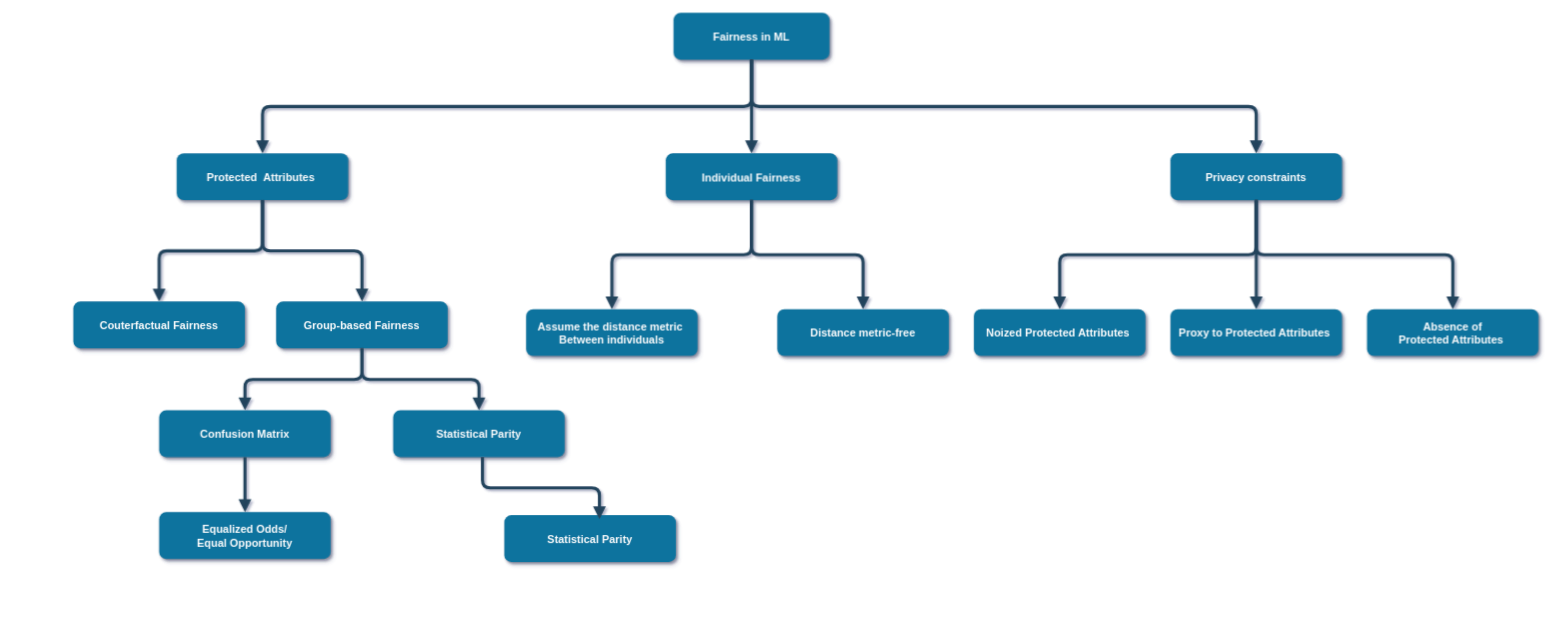
Earlier version of the draw.io diagram Fairness taxonomy.drawio (patrikken/my-graphics). Source tidied: cells renumbered, new cells numbered last; positions are measured from the earlier drawing's top-left corner, leaving out a move shared by most shapes. Both pictures are drawn from the tidied source at 78%, with x=0, y=0 at pixel (73, 12).
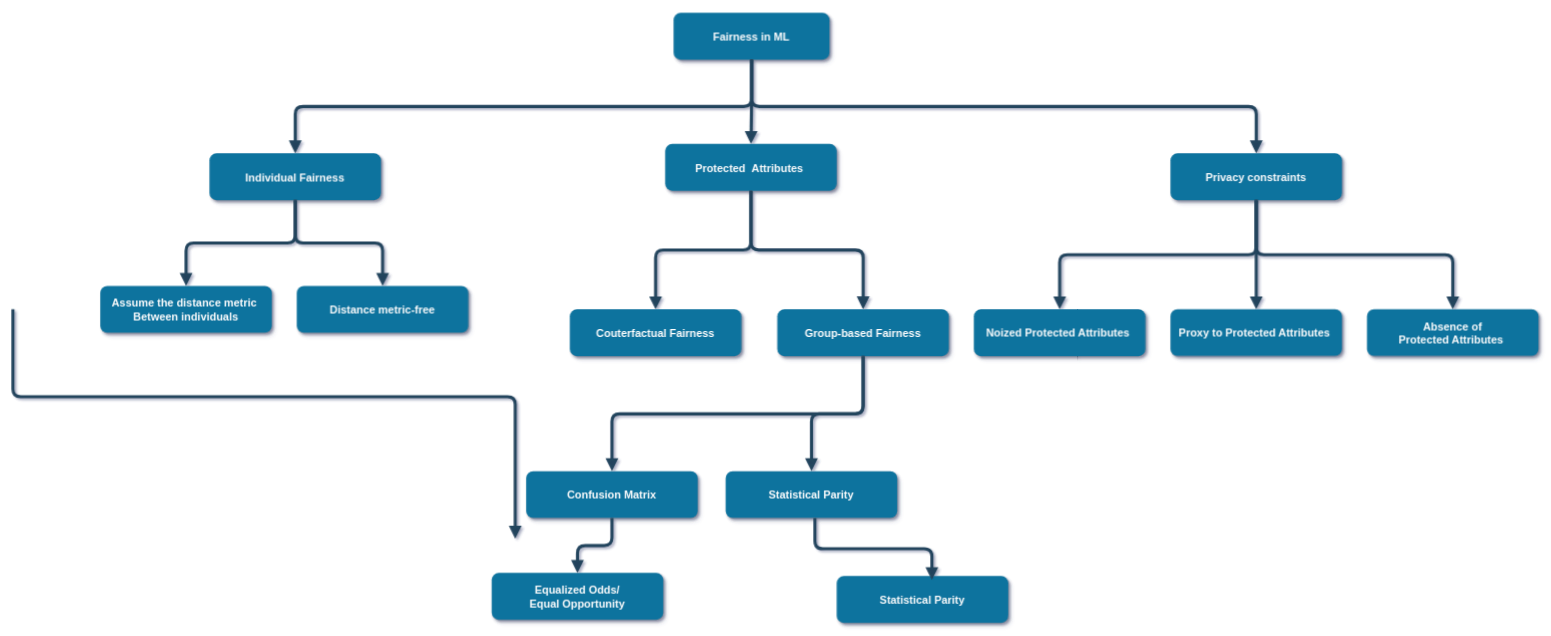
After the change.

What changed in the source:
```diff
@@
     <mxCell id="3" value="Protected  Attributes " style="rounded=1;fillColor=#10739E;strokeColor=none;shadow=1;gradientColor=none;fontStyle=1;fontColor=#FFFFFF;fontSize=14;" parent="1" vertex="1">
-      <mxGeometry x="132" y="180" width="220" height="60" as="geometry" />
+      <mxGeometry x="758.2" y="168" width="220" height="60" as="geometry" />
     </mxCell>
@@
     <mxCell id="9" value="Individual Fairness" style="rounded=1;fillColor=#10739E;strokeColor=none;shadow=1;gradientColor=none;fontStyle=1;fontColor=#FFFFFF;fontSize=14;" parent="1" vertex="1">
-      <mxGeometry x="759" y="180" width="220" height="60" as="geometry" />
+      <mxGeometry x="174" y="180" width="220" height="60" as="geometry" />
     </mxCell>
@@
     <mxCell id="11" value="Group-based Fairness" style="rounded=1;fillColor=#10739E;strokeColor=none;shadow=1;gradientColor=none;fontStyle=1;fontColor=#FFFFFF;fontSize=14;" parent="1" vertex="1">
-      <mxGeometry x="259.5" y="370" width="220" height="60" as="geometry" />
+      <mxGeometry x="902" y="380" width="220" height="60" as="geometry" />
     </mxCell>
     <mxCell id="12" value="Couterfactual Fairness" style="rounded=1;fillColor=#10739E;strokeColor=none;shadow=1;gradientColor=none;fontStyle=1;fontColor=#FFFFFF;fontSize=14;" parent="1" vertex="1">
-      <mxGeometry x="-0.5" y="370" width="220" height="60" as="geometry" />
+      <mxGeometry x="636" y="380" width="220" height="60" as="geometry" />
     </mxCell>
     <mxCell id="13" value="Equalized Odds/&#10;Equal Opportunity" style="rounded=1;fillColor=#10739E;strokeColor=none;shadow=1;gradientColor=none;fontStyle=1;fontColor=#FFFFFF;fontSize=14;" parent="1" vertex="1">
-      <mxGeometry x="109.5" y="640" width="220" height="60" as="geometry" />
+      <mxGeometry x="535.8" y="718" width="220" height="60" as="geometry" />
     </mxCell>
     <mxCell id="14" value="Statistical Parity" style="rounded=1;fillColor=#10739E;strokeColor=none;shadow=1;gradientColor=none;fontStyle=1;fontColor=#FFFFFF;fontSize=14;" parent="1" vertex="1">
-      <mxGeometry x="409.5" y="509.5" width="220" height="60" as="geometry" />
+      <mxGeometry x="835.8" y="587.5" width="220" height="60" as="geometry" />
     </mxCell>
     <mxCell id="15" value="Confusion Matrix" style="rounded=1;fillColor=#10739E;strokeColor=none;shadow=1;gradientColor=none;fontStyle=1;fontColor=#FFFFFF;fontSize=14;" parent="1" vertex="1">
-      <mxGeometry x="109.5" y="509.5" width="220" height="60" as="geometry" />
+      <mxGeometry x="580" y="587.5" width="220" height="60" as="geometry" />
     </mxCell>
     <mxCell id="16" style="edgeStyle=elbowEdgeStyle;elbow=vertical;strokeWidth=4;endArrow=block;endFill=1;fontStyle=1;strokeColor=#23445D;exitX=0.5;exitY=1;exitDx=0;exitDy=0;" parent="1" edge="1" source="11" target="14">
-      <mxGeometry x="159.5" y="507" as="geometry" />
+      <mxGeometry x="585.8" y="585" as="geometry" />
     </mxCell>
     <mxCell id="17" style="edgeStyle=elbowEdgeStyle;elbow=vertical;strokeWidth=4;endArrow=block;endFill=1;fontStyle=1;strokeColor=#23445D;entryX=0.5;entryY=0;entryDx=0;entryDy=0;exitX=0.5;exitY=1;exitDx=0;exitDy=0;" parent="1" edge="1" source="11" target="15">
-      <mxGeometry x="-66.5" y="516.5" as="geometry" />
+      <mxGeometry x="359.8" y="594.5" as="geometry" />
     </mxCell>
     <mxCell id="18" style="edgeStyle=elbowEdgeStyle;elbow=vertical;strokeWidth=4;endArrow=block;endFill=1;fontStyle=1;strokeColor=#23445D;entryX=0.5;entryY=0;entryDx=0;entryDy=0;exitX=0.5;exitY=1;exitDx=0;exitDy=0;" parent="1" edge="1" source="15" target="13">
-      <mxGeometry x="-62.5" y="701.4" as="geometry" />
+      <mxGeometry x="363.8" y="779.4" as="geometry" />
     </mxCell>
@@
     <mxCell id="23" value="Assume the distance metric &#10;Between individuals" style="rounded=1;fillColor=#10739E;strokeColor=none;shadow=1;gradientColor=none;fontStyle=1;fontColor=#FFFFFF;fontSize=14;" parent="1" vertex="1">
-      <mxGeometry x="580" y="380" width="220" height="60" as="geometry" />
+      <mxGeometry x="34" y="350" width="220" height="60" as="geometry" />
     </mxCell>
@@
     <mxCell id="25" value="Distance metric-free" style="rounded=1;fillColor=#10739E;strokeColor=none;shadow=1;gradientColor=none;fontStyle=1;fontColor=#FFFFFF;fontSize=14;" parent="1" vertex="1">
-      <mxGeometry x="902" y="380" width="220" height="60" as="geometry" />
+      <mxGeometry x="286" y="350" width="220" height="60" as="geometry" />
     </mxCell>
@@
     <mxCell id="29" value="Statistical Parity" style="rounded=1;fillColor=#10739E;strokeColor=none;shadow=1;gradientColor=none;fontStyle=1;fontColor=#FFFFFF;fontSize=14;" parent="1" vertex="1">
-      <mxGeometry x="552" y="644" width="220" height="60" as="geometry" />
+      <mxGeometry x="978.2" y="722" width="220" height="60" as="geometry" />
     </mxCell>
     <mxCell id="30" style="edgeStyle=elbowEdgeStyle;elbow=vertical;strokeWidth=4;endArrow=block;endFill=1;fontStyle=1;strokeColor=#23445D;exitX=0.5;exitY=1;exitDx=0;exitDy=0;" parent="1" edge="1">
-      <mxGeometry x="314" y="646.5" as="geometry">
-        <mxPoint x="524" y="569.5" as="sourcePoint" />
-        <mxPoint x="674" y="649" as="targetPoint" />
+      <mxGeometry x="740.2" y="724.5" as="geometry">
+        <mxPoint x="950.2" y="647.5" as="sourcePoint" />
+        <mxPoint x="1100.2" y="727" as="targetPoint" />
       </mxGeometry>
     </mxCell>
+    <mxCell id="31" style="edgeStyle=elbowEdgeStyle;elbow=vertical;strokeWidth=4;endArrow=block;endFill=1;fontStyle=1;strokeColor=#23445D;exitX=0.5;exitY=1;exitDx=0;exitDy=0;" parent="1" edge="1">
+      <mxGeometry x="-557.5" y="496.5" as="geometry">
+        <mxPoint x="-78" y="380" as="sourcePoint" />
+        <mxPoint x="566" y="674" as="targetPoint" />
+        <Array as="points">
+          <mxPoint x="146" y="492" />
+        </Array>
+      </mxGeometry>
+    </mxCell>
```
